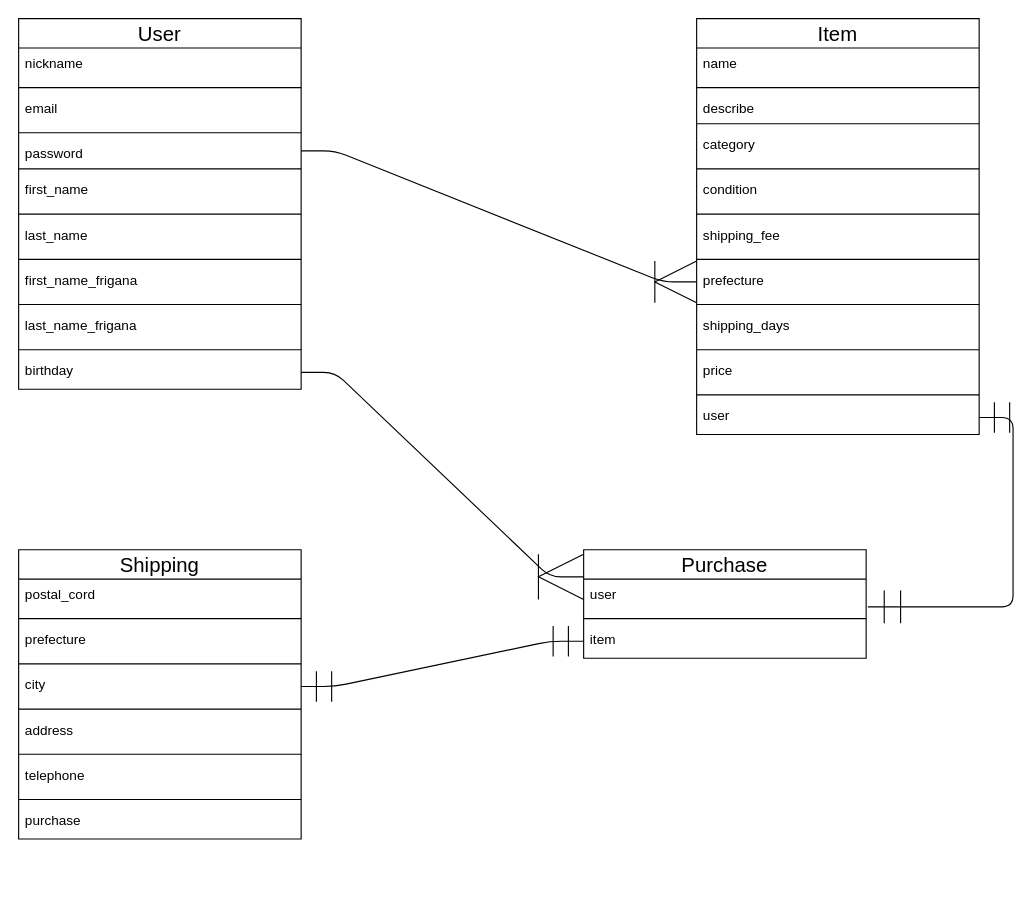
The draw.io diagram furima.dio in 3333ren/furima-35074, before the edit. Source tidied: cells renumbered, new cells numbered last; positions are measured from the earlier drawing's top-left corner, leaving out a move shared by most shapes. Both pictures are drawn from the tidied source at 113%, with x=0, y=0 at pixel (18, 18).
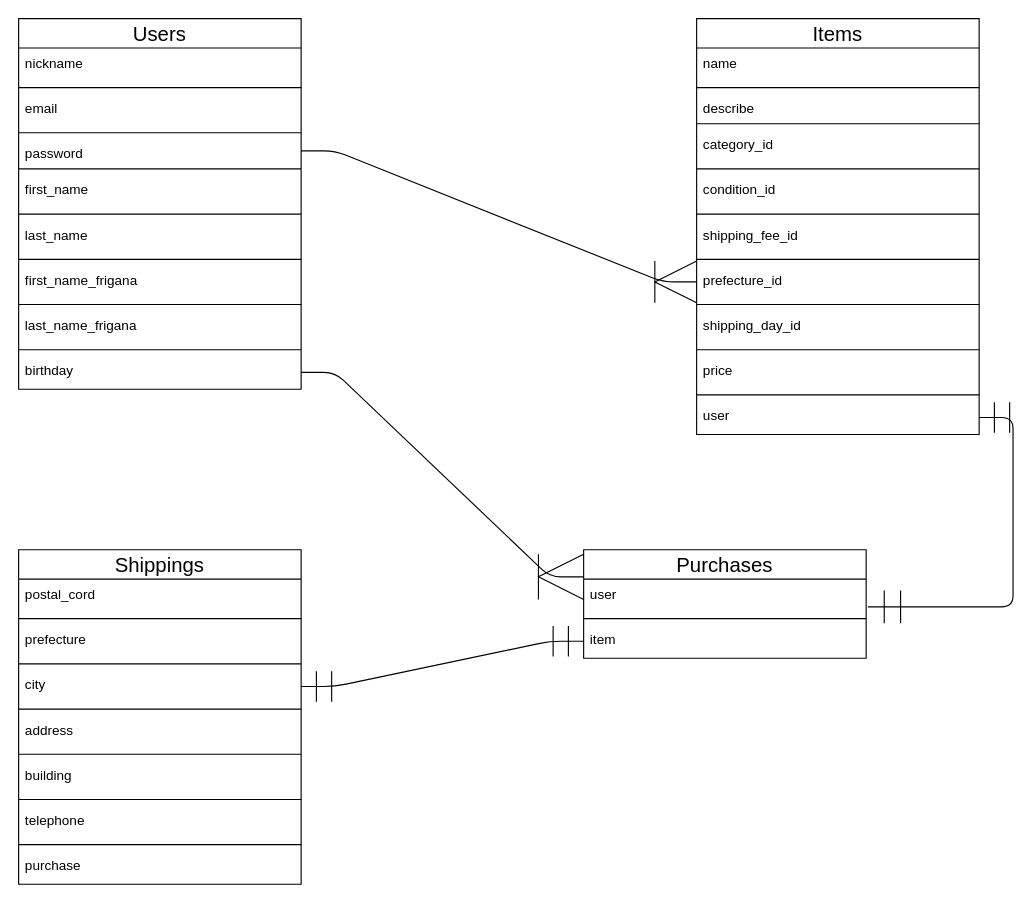
Above is the later version.

Commit message (it also covers changes not shown here):
データベース設計の修正

Diff of the diagram source:
```diff
@@
-    <mxCell id="2" value="User" style="swimlane;fontStyle=0;horizontal=1;startSize=26;align=center;fontSize=18;spacing=3;verticalAlign=bottom;" parent="1" vertex="1">
+    <mxCell id="2" value="Users" style="swimlane;fontStyle=0;horizontal=1;startSize=26;align=center;fontSize=18;spacing=3;verticalAlign=bottom;" parent="1" vertex="1">
       <mxGeometry width="250" height="328" as="geometry" />
     </mxCell>
@@
-    <mxCell id="19" value="Item" style="swimlane;fontStyle=0;horizontal=1;startSize=26;align=center;fontSize=18;spacing=3;verticalAlign=bottom;" parent="1" vertex="1">
+    <mxCell id="19" value="Items" style="swimlane;fontStyle=0;horizontal=1;startSize=26;align=center;fontSize=18;spacing=3;verticalAlign=bottom;" parent="1" vertex="1">
       <mxGeometry x="600" width="250" height="368" as="geometry" />
     </mxCell>
@@
-    <mxCell id="24" value="category" style="text;strokeColor=none;fillColor=none;spacingLeft=4;spacingRight=4;overflow=hidden;fontSize=12;" parent="19" vertex="1">
+    <mxCell id="24" value="category_id" style="text;strokeColor=none;fillColor=none;spacingLeft=4;spacingRight=4;overflow=hidden;fontSize=12;" parent="19" vertex="1">
       <mxGeometry y="98" width="250" height="30" as="geometry" />
     </mxCell>
@@
-    <mxCell id="26" value="condition" style="text;strokeColor=none;fillColor=none;spacingLeft=4;spacingRight=4;overflow=hidden;fontSize=12;" parent="19" vertex="1">
+    <mxCell id="26" value="condition_id" style="text;strokeColor=none;fillColor=none;spacingLeft=4;spacingRight=4;overflow=hidden;fontSize=12;" parent="19" vertex="1">
       <mxGeometry y="138" width="250" height="30" as="geometry" />
     </mxCell>
@@
-    <mxCell id="28" value="shipping_fee" style="text;strokeColor=none;fillColor=none;spacingLeft=4;spacingRight=4;overflow=hidden;fontSize=12;" parent="19" vertex="1">
+    <mxCell id="28" value="shipping_fee_id" style="text;strokeColor=none;fillColor=none;spacingLeft=4;spacingRight=4;overflow=hidden;fontSize=12;" parent="19" vertex="1">
       <mxGeometry y="178" width="250" height="30" as="geometry" />
     </mxCell>
@@
-    <mxCell id="30" value="prefecture" style="text;strokeColor=none;fillColor=none;spacingLeft=4;spacingRight=4;overflow=hidden;points=[[0,0.5],[1,0.5]];portConstraint=eastwest;fontSize=12;" parent="19" vertex="1">
+    <mxCell id="30" value="prefecture_id" style="text;strokeColor=none;fillColor=none;spacingLeft=4;spacingRight=4;overflow=hidden;points=[[0,0.5],[1,0.5]];portConstraint=eastwest;fontSize=12;" parent="19" vertex="1">
       <mxGeometry y="218" width="250" height="30" as="geometry" />
     </mxCell>
@@
-    <mxCell id="32" value="shipping_days" style="text;strokeColor=none;fillColor=none;spacingLeft=4;spacingRight=4;overflow=hidden;fontSize=12;" parent="19" vertex="1">
+    <mxCell id="32" value="shipping_day_id" style="text;strokeColor=none;fillColor=none;spacingLeft=4;spacingRight=4;overflow=hidden;fontSize=12;" parent="19" vertex="1">
       <mxGeometry y="258" width="250" height="30" as="geometry" />
     </mxCell>
@@
-    <mxCell id="38" value="Shipping" style="swimlane;fontStyle=0;horizontal=1;startSize=26;align=center;fontSize=18;spacing=3;verticalAlign=bottom;" parent="1" vertex="1">
-      <mxGeometry y="470" width="250" height="256" as="geometry" />
+    <mxCell id="38" value="Shippings" style="swimlane;fontStyle=0;horizontal=1;startSize=26;align=center;fontSize=18;spacing=3;verticalAlign=bottom;" parent="1" vertex="1">
+      <mxGeometry y="470" width="250" height="296" as="geometry" />
     </mxCell>
@@
+    <mxCell id="57" style="line;strokeWidth=1;dashed=0;labelPosition=right;align=left;verticalAlign=middle;spacingTop=0;spacingLeft=6;" parent="38" vertex="1">
+      <mxGeometry y="176" width="250" height="10" as="geometry" />
+    </mxCell>
+    <mxCell id="58" value="building" style="text;strokeColor=none;fillColor=none;spacingLeft=4;spacingRight=4;overflow=hidden;fontSize=12;" parent="38" vertex="1">
+      <mxGeometry y="186" width="250" height="30" as="geometry" />
+    </mxCell>
     <mxCell id="46" style="line;strokeWidth=1;dashed=0;labelPosition=right;align=left;verticalAlign=middle;spacingTop=0;spacingLeft=6;labelBackgroundColor=none;fontSize=18;" parent="38" vertex="1">
-      <mxGeometry y="176" width="250" height="10" as="geometry" />
+      <mxGeometry y="216" width="250" height="10" as="geometry" />
     </mxCell>
     <mxCell id="47" value="telephone" style="text;strokeColor=none;fillColor=none;spacingLeft=4;spacingRight=4;overflow=hidden;fontSize=12;labelBackgroundColor=none;" parent="38" vertex="1">
-      <mxGeometry y="186" width="250" height="30" as="geometry" />
+      <mxGeometry y="226" width="250" height="30" as="geometry" />
     </mxCell>
     <mxCell id="48" style="line;strokeWidth=1;dashed=0;labelPosition=right;align=left;verticalAlign=middle;spacingTop=0;spacingLeft=6;" parent="38" vertex="1">
-      <mxGeometry y="216" width="250" height="10" as="geometry" />
+      <mxGeometry y="256" width="250" height="10" as="geometry" />
     </mxCell>
     <mxCell id="49" value="purchase" style="text;strokeColor=none;fillColor=none;spacingLeft=4;spacingRight=4;overflow=hidden;fontSize=12;" parent="38" vertex="1">
-      <mxGeometry y="226" width="250" height="30" as="geometry" />
+      <mxGeometry y="266" width="250" height="30" as="geometry" />
     </mxCell>
@@
-    <mxCell id="51" value="Purchase" style="swimlane;fontStyle=0;horizontal=1;startSize=26;align=center;fontSize=18;spacing=3;verticalAlign=bottom;" parent="1" vertex="1">
+    <mxCell id="51" value="Purchases" style="swimlane;fontStyle=0;horizontal=1;startSize=26;align=center;fontSize=18;spacing=3;verticalAlign=bottom;" parent="1" vertex="1">
       <mxGeometry x="500" y="470" width="250" height="96" as="geometry" />
     </mxCell>
```
